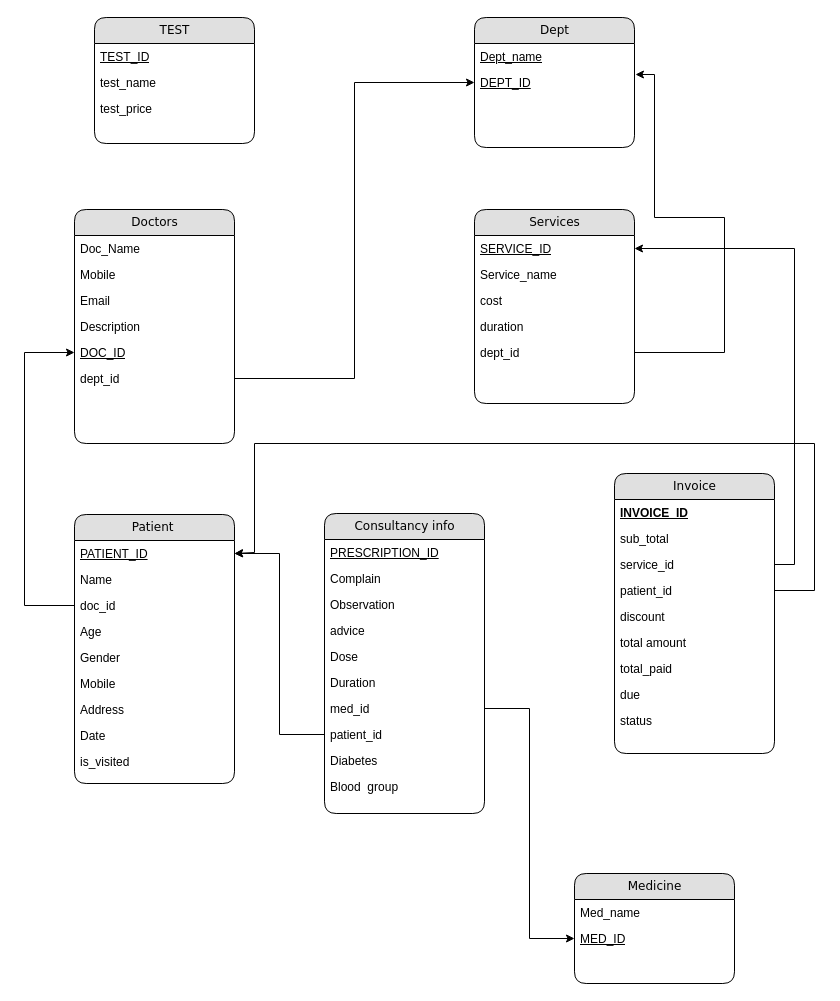
RashikRahman/clinic_management keeps this draw.io diagram as clinic_management.drawio. Above is the earlier version. Source tidied: cells renumbered, new cells numbered last; positions are measured from the earlier drawing's top-left corner, leaving out a move shared by most shapes. Both pictures are drawn from the tidied source at 100%, with x=0, y=0 at pixel (24, 17).
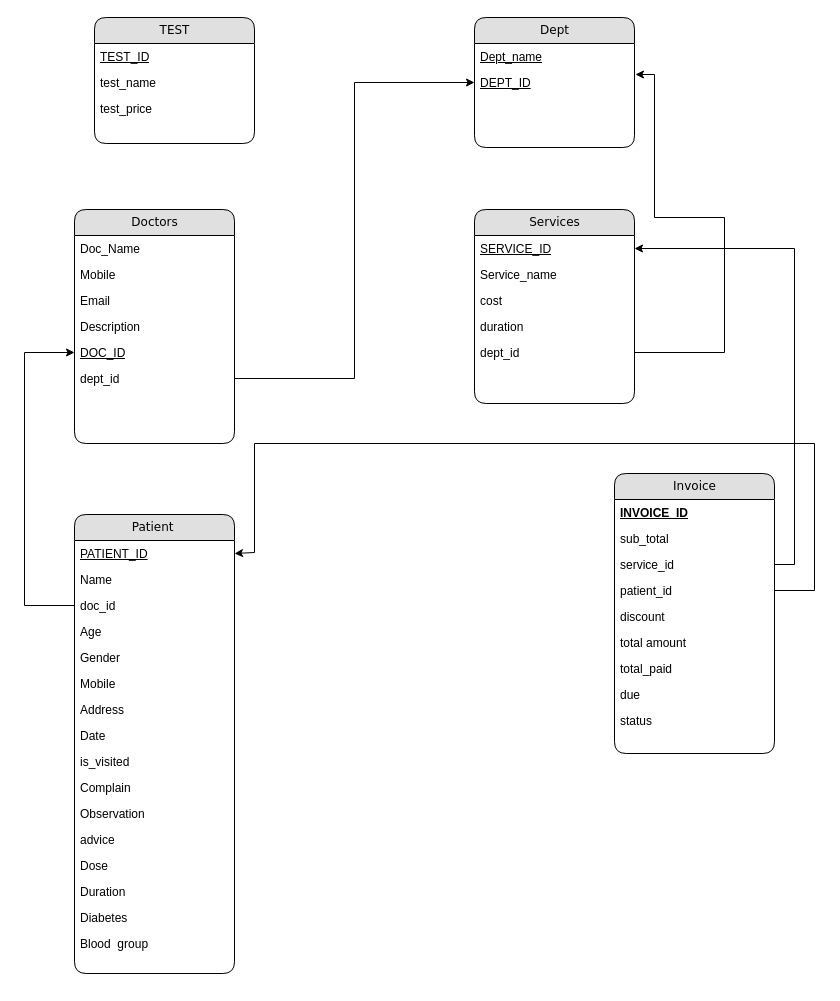
The same diagram, later.

The change refers to these unchanged cells:
```xml
<mxCell id="17" value="&lt;u&gt;PATIENT_ID&lt;/u&gt;" style="text;html=1;strokeColor=none;fillColor=none;spacingLeft=4;spacingRight=4;whiteSpace=wrap;overflow=hidden;points=[[0,0.5],[1,0.5]];portConstraint=eastwest;" parent="16" vertex="1">
  <mxGeometry y="26" width="160" height="26" as="geometry" />
</mxCell>
```

Diff of the diagram source:
```diff
@@
     <mxCell id="16" value="Patient&amp;nbsp;" style="swimlane;html=1;fontStyle=0;horizontal=1;startSize=26;fillColor=#e0e0e0;swimlaneFillColor=#ffffff;align=center;rounded=1;shadow=0;comic=0;labelBackgroundColor=none;strokeWidth=1;fontFamily=Verdana;fontSize=12;" parent="1" vertex="1">
-      <mxGeometry x="50" y="497" width="160" height="269" as="geometry" />
+      <mxGeometry x="50" y="497" width="160" height="459" as="geometry" />
     </mxCell>
@@
+    <mxCell id="53" value="Complain" style="text;html=1;strokeColor=none;fillColor=none;spacingLeft=4;spacingRight=4;whiteSpace=wrap;overflow=hidden;" parent="16" vertex="1">
+      <mxGeometry y="260" width="160" height="26" as="geometry" />
+    </mxCell>
+    <mxCell id="54" value="Observation" style="text;html=1;strokeColor=none;fillColor=none;spacingLeft=4;spacingRight=4;whiteSpace=wrap;overflow=hidden;" parent="16" vertex="1">
+      <mxGeometry y="286" width="160" height="26" as="geometry" />
+    </mxCell>
+    <mxCell id="55" value="advice" style="text;html=1;strokeColor=none;fillColor=none;spacingLeft=4;spacingRight=4;whiteSpace=wrap;overflow=hidden;" parent="16" vertex="1">
+      <mxGeometry y="312" width="160" height="26" as="geometry" />
+    </mxCell>
+    <mxCell id="56" value="Dose" style="text;html=1;strokeColor=none;fillColor=none;spacingLeft=4;spacingRight=4;whiteSpace=wrap;overflow=hidden;" parent="16" vertex="1">
+      <mxGeometry y="338" width="160" height="26" as="geometry" />
+    </mxCell>
+    <mxCell id="57" value="Duration" style="text;html=1;strokeColor=none;fillColor=none;spacingLeft=4;spacingRight=4;whiteSpace=wrap;overflow=hidden;" parent="16" vertex="1">
+      <mxGeometry y="364" width="160" height="26" as="geometry" />
+    </mxCell>
+    <mxCell id="60" value="Diabetes" style="text;html=1;strokeColor=none;fillColor=none;spacingLeft=4;spacingRight=4;whiteSpace=wrap;overflow=hidden;" parent="16" vertex="1">
+      <mxGeometry y="390" width="160" height="26" as="geometry" />
+    </mxCell>
+    <mxCell id="61" value="Blood&amp;nbsp; group" style="text;html=1;strokeColor=none;fillColor=none;spacingLeft=4;spacingRight=4;whiteSpace=wrap;overflow=hidden;" parent="16" vertex="1">
+      <mxGeometry y="416" width="160" height="26" as="geometry" />
+    </mxCell>
@@
-    <mxCell id="32" value="Medicine" style="swimlane;html=1;fontStyle=0;horizontal=1;startSize=26;fillColor=#e0e0e0;swimlaneFillColor=#ffffff;align=center;rounded=1;shadow=0;comic=0;labelBackgroundColor=none;strokeWidth=1;fontFamily=Verdana;fontSize=12;" parent="1" vertex="1">
-      <mxGeometry x="550" y="856" width="160" height="110" as="geometry" />
-    </mxCell>
-    <mxCell id="33" value="Med_name" style="text;html=1;strokeColor=none;fillColor=none;spacingLeft=4;spacingRight=4;whiteSpace=wrap;overflow=hidden;fontStyle=0;" parent="32" vertex="1">
-      <mxGeometry y="26" width="160" height="26" as="geometry" />
-    </mxCell>
-    <mxCell id="34" value="MED_ID" style="text;html=1;strokeColor=none;fillColor=none;spacingLeft=4;spacingRight=4;whiteSpace=wrap;overflow=hidden;points=[[0,0.5],[1,0.5]];portConstraint=eastwest;fontStyle=4;" parent="32" vertex="1">
-      <mxGeometry y="52" width="160" height="26" as="geometry" />
-    </mxCell>
@@
-    <mxCell id="49" style="edgeStyle=orthogonalEdgeStyle;rounded=0;jettySize=auto;html=1;entryX=0;entryY=0.5;entryDx=0;entryDy=0;" parent="1" edge="1" source="58" target="34">
-      <mxGeometry relative="1" as="geometry" />
-    </mxCell>
@@
-    <mxCell id="51" value="Consultancy info" style="swimlane;html=1;fontStyle=0;horizontal=1;startSize=26;fillColor=#e0e0e0;swimlaneFillColor=#ffffff;align=center;rounded=1;shadow=0;comic=0;labelBackgroundColor=none;strokeWidth=1;fontFamily=Verdana;fontSize=12;" parent="1" vertex="1">
-      <mxGeometry x="300" y="496" width="160" height="300" as="geometry" />
-    </mxCell>
-    <mxCell id="52" value="PRESCRIPTION_ID" style="text;html=1;strokeColor=none;fillColor=none;spacingLeft=4;spacingRight=4;whiteSpace=wrap;overflow=hidden;fontStyle=4;" parent="51" vertex="1">
-      <mxGeometry y="26" width="160" height="26" as="geometry" />
-    </mxCell>
-    <mxCell id="53" value="Complain" style="text;html=1;strokeColor=none;fillColor=none;spacingLeft=4;spacingRight=4;whiteSpace=wrap;overflow=hidden;" parent="51" vertex="1">
-      <mxGeometry y="52" width="160" height="26" as="geometry" />
-    </mxCell>
-    <mxCell id="54" value="Observation" style="text;html=1;strokeColor=none;fillColor=none;spacingLeft=4;spacingRight=4;whiteSpace=wrap;overflow=hidden;" parent="51" vertex="1">
-      <mxGeometry y="78" width="160" height="26" as="geometry" />
-    </mxCell>
-    <mxCell id="55" value="advice" style="text;html=1;strokeColor=none;fillColor=none;spacingLeft=4;spacingRight=4;whiteSpace=wrap;overflow=hidden;" parent="51" vertex="1">
-      <mxGeometry y="104" width="160" height="26" as="geometry" />
-    </mxCell>
-    <mxCell id="56" value="Dose" style="text;html=1;strokeColor=none;fillColor=none;spacingLeft=4;spacingRight=4;whiteSpace=wrap;overflow=hidden;" parent="51" vertex="1">
-      <mxGeometry y="130" width="160" height="26" as="geometry" />
-    </mxCell>
-    <mxCell id="57" value="Duration" style="text;html=1;strokeColor=none;fillColor=none;spacingLeft=4;spacingRight=4;whiteSpace=wrap;overflow=hidden;" parent="51" vertex="1">
-      <mxGeometry y="156" width="160" height="26" as="geometry" />
-    </mxCell>
-    <mxCell id="58" value="med_id" style="text;html=1;strokeColor=none;fillColor=none;spacingLeft=4;spacingRight=4;whiteSpace=wrap;overflow=hidden;points=[[0,0.5],[1,0.5]];portConstraint=eastwest;" parent="51" vertex="1">
-      <mxGeometry y="182" width="160" height="26" as="geometry" />
-    </mxCell>
-    <mxCell id="59" value="patient_id" style="text;html=1;strokeColor=none;fillColor=none;spacingLeft=4;spacingRight=4;whiteSpace=wrap;overflow=hidden;points=[[0,0.5],[1,0.5]];portConstraint=eastwest;" parent="51" vertex="1">
-      <mxGeometry y="208" width="160" height="26" as="geometry" />
-    </mxCell>
-    <mxCell id="60" value="Diabetes" style="text;html=1;strokeColor=none;fillColor=none;spacingLeft=4;spacingRight=4;whiteSpace=wrap;overflow=hidden;" parent="51" vertex="1">
-      <mxGeometry y="234" width="160" height="26" as="geometry" />
-    </mxCell>
-    <mxCell id="61" value="Blood&amp;nbsp; group" style="text;html=1;strokeColor=none;fillColor=none;spacingLeft=4;spacingRight=4;whiteSpace=wrap;overflow=hidden;" parent="51" vertex="1">
-      <mxGeometry y="260" width="160" height="26" as="geometry" />
-    </mxCell>
-    <mxCell id="62" style="edgeStyle=orthogonalEdgeStyle;rounded=0;jettySize=auto;html=1;entryX=1;entryY=0.5;entryDx=0;entryDy=0;" parent="1" edge="1" source="59" target="17">
-      <mxGeometry relative="1" as="geometry" />
-    </mxCell>
```
